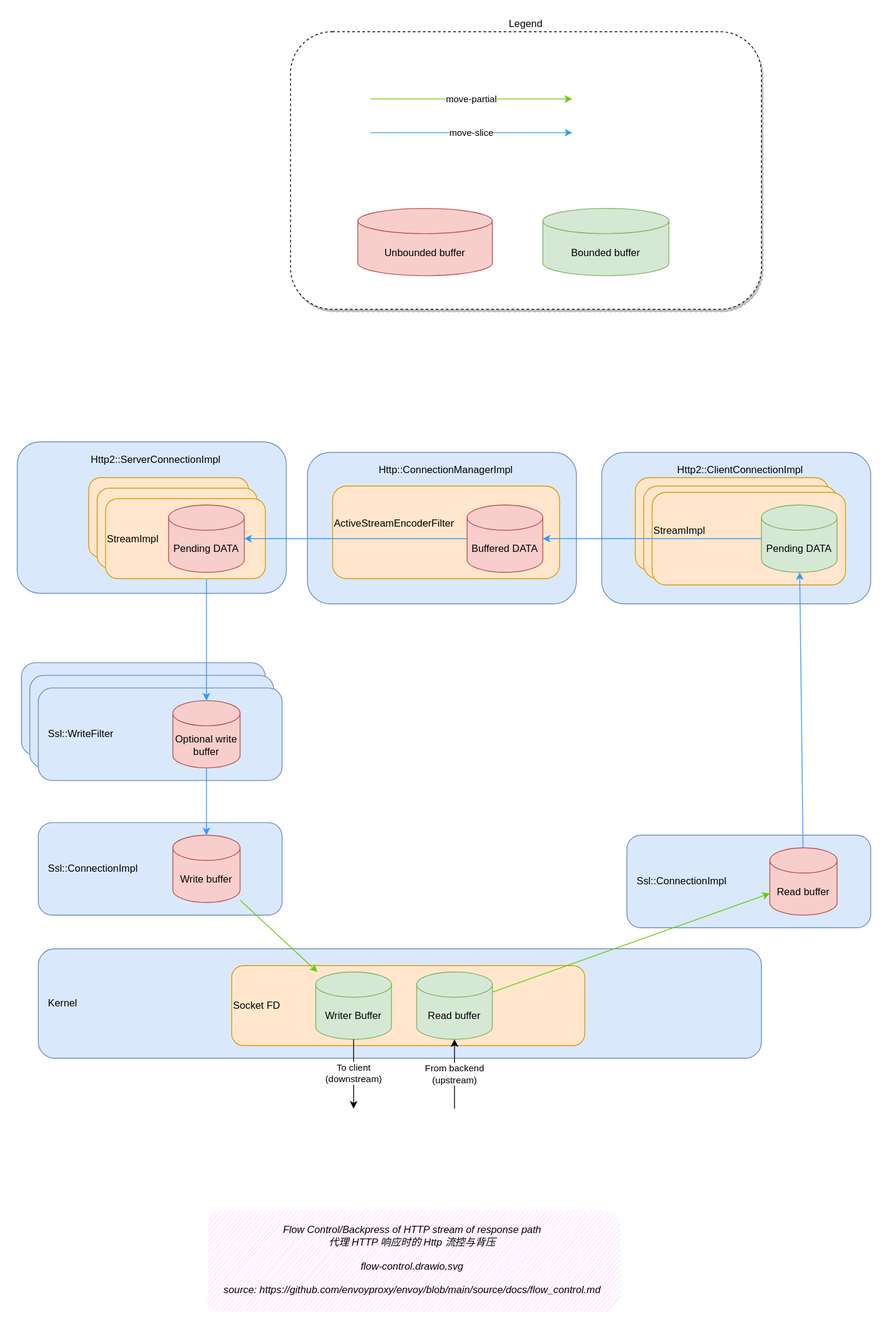
Before: docs/source/ch2-envoy/arch/flow-control/flow-control.drawio.svg, a diagram exported from draw.io (labilezhu/istio-insider). Source tidied: cells renumbered, new cells last; positions are measured from the earlier drawing's top-left corner, leaving out a move shared by most shapes. Source of this version:
```xml
<mxGraphModel background="#FFFFFF">
  <root>
    <mxCell id="0" />
    <mxCell id="1" parent="0" />
    <mxCell id="2" style="rounded=1;whiteSpace=wrap;html=1;align=left;fillColor=#ffe6cc;strokeColor=#d79b00;" parent="1" vertex="1">
      <mxGeometry x="85" y="530" width="190" height="95" as="geometry" />
    </mxCell>
    <mxCell id="3" style="rounded=1;whiteSpace=wrap;html=1;align=left;fillColor=#ffe6cc;strokeColor=#d79b00;" parent="1" vertex="1">
      <mxGeometry x="95" y="540" width="190" height="95" as="geometry" />
    </mxCell>
    <mxCell id="4" value="Ssl::WriteFilter" style="rounded=1;whiteSpace=wrap;html=1;fillColor=#dae8fc;strokeColor=#6c8ebf;align=left;spacingLeft=10;" parent="1" vertex="1">
      <mxGeometry x="5" y="750" width="290" height="110" as="geometry" />
    </mxCell>
    <mxCell id="5" value="Ssl::WriteFilter" style="rounded=1;whiteSpace=wrap;html=1;fillColor=#dae8fc;strokeColor=#6c8ebf;align=left;spacingLeft=10;" parent="1" vertex="1">
      <mxGeometry x="15" y="765" width="290" height="110" as="geometry" />
    </mxCell>
    <object id="6" label="&lt;font style=&quot;&quot;&gt;Flow Control/Backpress of HTTP stream of response path&lt;br&gt;代理 HTTP 响应时的 Http 流控与背压&lt;br&gt;&lt;br&gt;%page%&lt;br&gt;&lt;br&gt;source:&amp;nbsp;&lt;a href=&quot;https://github.com/envoyproxy/envoy/blob/main/source/docs/flow_control.md&quot;&gt;https://github.com/envoyproxy/envoy/blob/main/source/docs/flow_control.md&lt;/a&gt;&lt;br&gt;&lt;/font&gt;" a="b" placeholders="1">
      <mxCell style="text;html=1;strokeColor=none;fillColor=#FFCCFF;align=center;verticalAlign=middle;whiteSpace=wrap;rounded=1;glass=0;sketch=1;shadow=0;fontStyle=2;fontSize=12;" parent="1" vertex="1">
        <mxGeometry x="225" y="1400" width="490" height="120" as="geometry" />
      </mxCell>
    </object>
    <mxCell id="7" value="Legend" style="rounded=1;whiteSpace=wrap;html=1;fontColor=#000000;dashed=1;shadow=1;labelPosition=center;verticalLabelPosition=top;align=center;verticalAlign=bottom;" parent="1" vertex="1">
      <mxGeometry x="325" width="560" height="330" as="geometry" />
    </mxCell>
    <mxCell id="8" value="move-partial" style="endArrow=classic;html=1;strokeColor=#66CC00;fontColor=#000000;jumpStyle=arc;" parent="1" edge="1">
      <mxGeometry relative="1" as="geometry">
        <mxPoint x="420" y="80" as="sourcePoint" />
        <mxPoint x="660" y="80" as="targetPoint" />
      </mxGeometry>
    </mxCell>
    <mxCell id="9" value="move-slice" style="endArrow=classic;html=1;strokeColor=#3399FF;fontColor=#000000;jumpStyle=arc;" parent="1" edge="1">
      <mxGeometry relative="1" as="geometry">
        <mxPoint x="420" y="120" as="sourcePoint" />
        <mxPoint x="660" y="120" as="targetPoint" />
      </mxGeometry>
    </mxCell>
    <mxCell id="10" value="Kernel" style="rounded=1;whiteSpace=wrap;html=1;fillColor=#dae8fc;strokeColor=#6c8ebf;align=left;spacingLeft=10;" parent="1" vertex="1">
      <mxGeometry x="25" y="1090" width="860" height="130" as="geometry" />
    </mxCell>
    <mxCell id="11" value="Ssl::ConnectionImpl" style="rounded=1;whiteSpace=wrap;html=1;fillColor=#dae8fc;strokeColor=#6c8ebf;align=left;spacingLeft=10;" parent="1" vertex="1">
      <mxGeometry x="25" y="940" width="290" height="110" as="geometry" />
    </mxCell>
    <mxCell id="12" value="Write buffer" style="shape=cylinder3;whiteSpace=wrap;html=1;boundedLbl=1;backgroundOutline=1;size=15;fillColor=#f8cecc;strokeColor=#b85450;" parent="1" vertex="1">
      <mxGeometry x="185" y="955" width="80" height="80" as="geometry" />
    </mxCell>
    <mxCell id="13" value="Ssl::ConnectionImpl" style="rounded=1;whiteSpace=wrap;html=1;fillColor=#dae8fc;strokeColor=#6c8ebf;align=left;spacingLeft=10;" parent="1" vertex="1">
      <mxGeometry x="725" y="955" width="290" height="110" as="geometry" />
    </mxCell>
    <mxCell id="14" value="Read buffer" style="shape=cylinder3;whiteSpace=wrap;html=1;boundedLbl=1;backgroundOutline=1;size=15;fillColor=#f8cecc;strokeColor=#b85450;" parent="1" vertex="1">
      <mxGeometry x="895" y="970" width="80" height="80" as="geometry" />
    </mxCell>
    <mxCell id="15" value="Ssl::WriteFilter" style="rounded=1;whiteSpace=wrap;html=1;fillColor=#dae8fc;strokeColor=#6c8ebf;align=left;spacingLeft=10;" parent="1" vertex="1">
      <mxGeometry x="25" y="780" width="290" height="110" as="geometry" />
    </mxCell>
    <mxCell id="16" value="Optional write buffer" style="shape=cylinder3;whiteSpace=wrap;html=1;boundedLbl=1;backgroundOutline=1;size=15;fillColor=#f8cecc;strokeColor=#b85450;" parent="1" vertex="1">
      <mxGeometry x="185" y="795" width="80" height="80" as="geometry" />
    </mxCell>
    <mxCell id="17" value="Http2::ServerConnectionImpl" style="rounded=1;whiteSpace=wrap;html=1;fillColor=#dae8fc;strokeColor=#6c8ebf;align=center;spacingLeft=10;labelPosition=center;verticalLabelPosition=top;verticalAlign=bottom;spacingTop=0;spacingBottom=-30;" parent="1" vertex="1">
      <mxGeometry y="487.5" width="320" height="180" as="geometry" />
    </mxCell>
    <mxCell id="18" style="rounded=1;whiteSpace=wrap;html=1;align=left;fillColor=#ffe6cc;strokeColor=#d79b00;" parent="1" vertex="1">
      <mxGeometry x="435" y="530" width="190" height="95" as="geometry" />
    </mxCell>
    <mxCell id="19" style="rounded=1;whiteSpace=wrap;html=1;align=left;fillColor=#ffe6cc;strokeColor=#d79b00;" parent="1" vertex="1">
      <mxGeometry x="445" y="540" width="190" height="95" as="geometry" />
    </mxCell>
    <mxCell id="20" value="Http::ConnectionManagerImpl" style="rounded=1;whiteSpace=wrap;html=1;fillColor=#dae8fc;strokeColor=#6c8ebf;align=center;spacingLeft=10;labelPosition=center;verticalLabelPosition=top;verticalAlign=bottom;spacingTop=0;spacingBottom=-30;" parent="1" vertex="1">
      <mxGeometry x="345" y="500" width="320" height="180" as="geometry" />
    </mxCell>
    <mxCell id="21" value="ActiveStreamEncoderFilter" style="rounded=1;whiteSpace=wrap;html=1;align=left;fillColor=#ffe6cc;strokeColor=#d79b00;spacingBottom=20;" parent="1" vertex="1">
      <mxGeometry x="375" y="540" width="270" height="110" as="geometry" />
    </mxCell>
    <mxCell id="22" value="Buffered DATA" style="shape=cylinder3;whiteSpace=wrap;html=1;boundedLbl=1;backgroundOutline=1;size=15;fillColor=#f8cecc;strokeColor=#b85450;" parent="1" vertex="1">
      <mxGeometry x="535" y="562.5" width="90" height="80" as="geometry" />
    </mxCell>
    <mxCell id="23" style="rounded=1;whiteSpace=wrap;html=1;align=left;fillColor=#ffe6cc;strokeColor=#d79b00;" parent="1" vertex="1">
      <mxGeometry x="785" y="530" width="190" height="95" as="geometry" />
    </mxCell>
    <mxCell id="24" style="rounded=1;whiteSpace=wrap;html=1;align=left;fillColor=#ffe6cc;strokeColor=#d79b00;" parent="1" vertex="1">
      <mxGeometry x="795" y="540" width="190" height="95" as="geometry" />
    </mxCell>
    <mxCell id="25" value="Http2::ClientConnectionImpl" style="rounded=1;whiteSpace=wrap;html=1;fillColor=#dae8fc;strokeColor=#6c8ebf;align=center;spacingLeft=10;labelPosition=center;verticalLabelPosition=top;verticalAlign=bottom;spacingTop=0;spacingBottom=-30;" parent="1" vertex="1">
      <mxGeometry x="695" y="500" width="320" height="180" as="geometry" />
    </mxCell>
    <mxCell id="26" value="Unbounded buffer" style="shape=cylinder3;whiteSpace=wrap;html=1;boundedLbl=1;backgroundOutline=1;size=15;fillColor=#f8cecc;strokeColor=#b85450;" parent="1" vertex="1">
      <mxGeometry x="405" y="210" width="160" height="80" as="geometry" />
    </mxCell>
    <mxCell id="27" value="Bounded buffer" style="shape=cylinder3;whiteSpace=wrap;html=1;boundedLbl=1;backgroundOutline=1;size=15;fillColor=#d5e8d4;strokeColor=#82b366;" parent="1" vertex="1">
      <mxGeometry x="625" y="210" width="150" height="80" as="geometry" />
    </mxCell>
    <mxCell id="28" value="Socket FD" style="rounded=1;whiteSpace=wrap;html=1;align=left;fillColor=#ffe6cc;strokeColor=#d79b00;" parent="1" vertex="1">
      <mxGeometry x="255" y="1110" width="420" height="95" as="geometry" />
    </mxCell>
    <mxCell id="29" value="Writer Buffer" style="shape=cylinder3;whiteSpace=wrap;html=1;boundedLbl=1;backgroundOutline=1;size=15;fillColor=#d5e8d4;strokeColor=#82b366;" parent="1" vertex="1">
      <mxGeometry x="355" y="1117.5" width="90" height="80" as="geometry" />
    </mxCell>
    <mxCell id="30" value="Read buffer" style="shape=cylinder3;whiteSpace=wrap;html=1;boundedLbl=1;backgroundOutline=1;size=15;fillColor=#d5e8d4;strokeColor=#82b366;" parent="1" vertex="1">
      <mxGeometry x="475" y="1117.5" width="90" height="80" as="geometry" />
    </mxCell>
    <mxCell id="31" value="From backend&lt;br&gt;(upstream)" style="endArrow=classic;html=1;" parent="1" edge="1" target="30">
      <mxGeometry x="-0.01" relative="1" as="geometry">
        <mxPoint x="520" y="1280" as="sourcePoint" />
      </mxGeometry>
    </mxCell>
    <mxCell id="32" value="To client&lt;br&gt;(downstream)" style="endArrow=classic;html=1;" parent="1" edge="1" source="29">
      <mxGeometry x="-0.01" relative="1" as="geometry">
        <mxPoint x="400" y="1280" as="targetPoint" />
      </mxGeometry>
    </mxCell>
    <mxCell id="33" style="endArrow=classic;html=1;strokeColor=#3399FF;fontColor=#000000;" parent="1" edge="1" source="40" target="16">
      <mxGeometry relative="1" as="geometry" />
    </mxCell>
    <mxCell id="34" style="endArrow=classic;html=1;strokeColor=#3399FF;fontColor=#000000;" parent="1" edge="1" source="16" target="12">
      <mxGeometry relative="1" as="geometry" />
    </mxCell>
    <mxCell id="35" style="endArrow=classic;html=1;strokeColor=#66CC00;fontColor=#000000;" parent="1" edge="1" source="12" target="29">
      <mxGeometry relative="1" as="geometry" />
    </mxCell>
    <mxCell id="36" style="endArrow=classic;html=1;strokeColor=#66CC00;fontColor=#000000;" parent="1" edge="1" source="30" target="14">
      <mxGeometry relative="1" as="geometry" />
    </mxCell>
    <mxCell id="37" style="rounded=1;whiteSpace=wrap;html=1;align=left;fillColor=#ffe6cc;strokeColor=#d79b00;" parent="1" vertex="1">
      <mxGeometry x="85" y="530" width="190" height="95" as="geometry" />
    </mxCell>
    <mxCell id="38" style="rounded=1;whiteSpace=wrap;html=1;align=left;fillColor=#ffe6cc;strokeColor=#d79b00;" parent="1" vertex="1">
      <mxGeometry x="95" y="542.5" width="190" height="95" as="geometry" />
    </mxCell>
    <mxCell id="39" value="StreamImpl" style="rounded=1;whiteSpace=wrap;html=1;align=left;fillColor=#ffe6cc;strokeColor=#d79b00;" parent="1" vertex="1">
      <mxGeometry x="105" y="555" width="190" height="95" as="geometry" />
    </mxCell>
    <mxCell id="40" value="Pending DATA" style="shape=cylinder3;whiteSpace=wrap;html=1;boundedLbl=1;backgroundOutline=1;size=15;fillColor=#f8cecc;strokeColor=#b85450;" parent="1" vertex="1">
      <mxGeometry x="180" y="562.5" width="90" height="80" as="geometry" />
    </mxCell>
    <mxCell id="41" style="rounded=1;whiteSpace=wrap;html=1;align=left;fillColor=#ffe6cc;strokeColor=#d79b00;" parent="1" vertex="1">
      <mxGeometry x="735" y="530" width="230" height="110" as="geometry" />
    </mxCell>
    <mxCell id="42" style="rounded=1;whiteSpace=wrap;html=1;align=left;fillColor=#ffe6cc;strokeColor=#d79b00;" parent="1" vertex="1">
      <mxGeometry x="745" y="540" width="230" height="110" as="geometry" />
    </mxCell>
    <mxCell id="43" value="StreamImpl" style="rounded=1;whiteSpace=wrap;html=1;align=left;fillColor=#ffe6cc;strokeColor=#d79b00;spacingBottom=20;" parent="1" vertex="1">
      <mxGeometry x="755" y="547.5" width="230" height="110" as="geometry" />
    </mxCell>
    <mxCell id="44" value="Pending DATA" style="shape=cylinder3;whiteSpace=wrap;html=1;boundedLbl=1;backgroundOutline=1;size=15;fillColor=#d5e8d4;strokeColor=#82b366;" parent="1" vertex="1">
      <mxGeometry x="885" y="562.5" width="90" height="80" as="geometry" />
    </mxCell>
    <mxCell id="45" style="endArrow=classic;html=1;strokeColor=#3399FF;fontColor=#000000;" parent="1" edge="1" source="44" target="22">
      <mxGeometry relative="1" as="geometry" />
    </mxCell>
    <mxCell id="46" style="endArrow=classic;html=1;strokeColor=#3399FF;fontColor=#000000;" parent="1" edge="1" source="14" target="44">
      <mxGeometry relative="1" as="geometry" />
    </mxCell>
    <mxCell id="47" style="endArrow=classic;html=1;strokeColor=#3399FF;fontColor=#000000;" parent="1" edge="1" source="22" target="40">
      <mxGeometry relative="1" as="geometry" />
    </mxCell>
  </root>
</mxGraphModel>
```
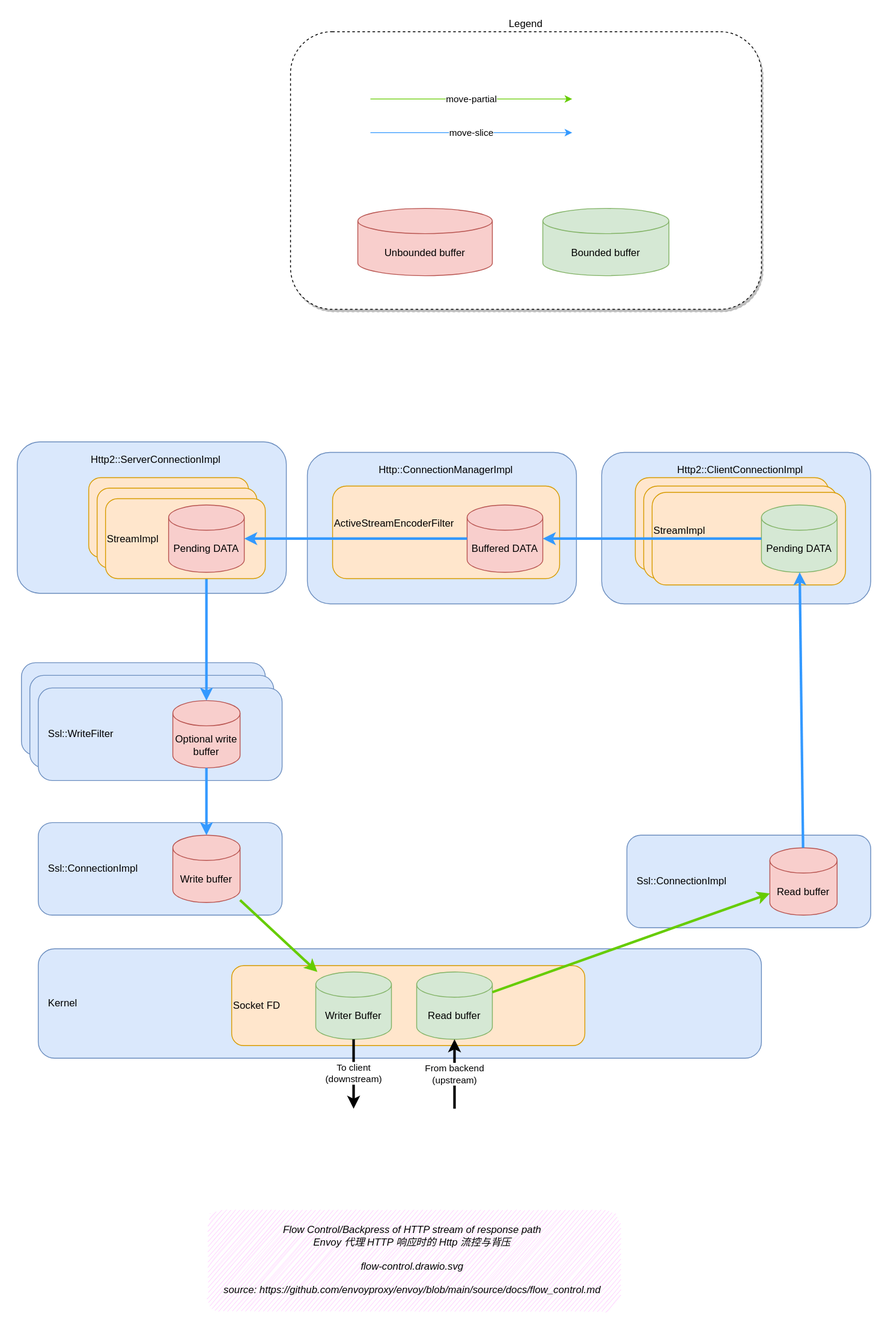
Above is the later version.

The edit, as a diff of the source:
```diff
@@ -14,7 +14,7 @@
     <mxCell id="5" value="Ssl::WriteFilter" style="rounded=1;whiteSpace=wrap;html=1;fillColor=#dae8fc;strokeColor=#6c8ebf;align=left;spacingLeft=10;" parent="1" vertex="1">
       <mxGeometry x="15" y="765" width="290" height="110" as="geometry" />
     </mxCell>
-    <object id="6" label="&lt;font style=&quot;&quot;&gt;Flow Control/Backpress of HTTP stream of response path&lt;br&gt;代理 HTTP 响应时的 Http 流控与背压&lt;br&gt;&lt;br&gt;%page%&lt;br&gt;&lt;br&gt;source:&amp;nbsp;&lt;a href=&quot;https://github.com/envoyproxy/envoy/blob/main/source/docs/flow_control.md&quot;&gt;https://github.com/envoyproxy/envoy/blob/main/source/docs/flow_control.md&lt;/a&gt;&lt;br&gt;&lt;/font&gt;" a="b" placeholders="1">
+    <object id="6" label="&lt;font style=&quot;&quot;&gt;Flow Control/Backpress of HTTP stream of response path&lt;br&gt;Envoy 代理 HTTP 响应时的 Http 流控与背压&lt;br&gt;&lt;br&gt;%page%&lt;br&gt;&lt;br&gt;source:&amp;nbsp;&lt;a href=&quot;https://github.com/envoyproxy/envoy/blob/main/source/docs/flow_control.md&quot;&gt;https://github.com/envoyproxy/envoy/blob/main/source/docs/flow_control.md&lt;/a&gt;&lt;br&gt;&lt;/font&gt;" a="b" placeholders="1">
       <mxCell style="text;html=1;strokeColor=none;fillColor=#FFCCFF;align=center;verticalAlign=middle;whiteSpace=wrap;rounded=1;glass=0;sketch=1;shadow=0;fontStyle=2;fontSize=12;" parent="1" vertex="1">
         <mxGeometry x="225" y="1400" width="490" height="120" as="geometry" />
       </mxCell>
@@ -97,26 +97,26 @@
     <mxCell id="30" value="Read buffer" style="shape=cylinder3;whiteSpace=wrap;html=1;boundedLbl=1;backgroundOutline=1;size=15;fillColor=#d5e8d4;strokeColor=#82b366;" parent="1" vertex="1">
       <mxGeometry x="475" y="1117.5" width="90" height="80" as="geometry" />
     </mxCell>
-    <mxCell id="31" value="From backend&lt;br&gt;(upstream)" style="endArrow=classic;html=1;" parent="1" edge="1" target="30">
+    <mxCell id="31" value="From backend&lt;br&gt;(upstream)" style="endArrow=classic;html=1;strokeWidth=3;" parent="1" edge="1" target="30">
       <mxGeometry x="-0.01" relative="1" as="geometry">
         <mxPoint x="520" y="1280" as="sourcePoint" />
       </mxGeometry>
     </mxCell>
-    <mxCell id="32" value="To client&lt;br&gt;(downstream)" style="endArrow=classic;html=1;" parent="1" edge="1" source="29">
+    <mxCell id="32" value="To client&lt;br&gt;(downstream)" style="endArrow=classic;html=1;strokeWidth=3;" parent="1" edge="1" source="29">
       <mxGeometry x="-0.01" relative="1" as="geometry">
         <mxPoint x="400" y="1280" as="targetPoint" />
       </mxGeometry>
     </mxCell>
-    <mxCell id="33" style="endArrow=classic;html=1;strokeColor=#3399FF;fontColor=#000000;" parent="1" edge="1" source="40" target="16">
+    <mxCell id="33" style="endArrow=classic;html=1;strokeColor=#3399FF;fontColor=#000000;strokeWidth=3;" parent="1" edge="1" source="40" target="16">
       <mxGeometry relative="1" as="geometry" />
     </mxCell>
-    <mxCell id="34" style="endArrow=classic;html=1;strokeColor=#3399FF;fontColor=#000000;" parent="1" edge="1" source="16" target="12">
+    <mxCell id="34" style="endArrow=classic;html=1;strokeColor=#3399FF;fontColor=#000000;strokeWidth=3;" parent="1" edge="1" source="16" target="12">
       <mxGeometry relative="1" as="geometry" />
     </mxCell>
-    <mxCell id="35" style="endArrow=classic;html=1;strokeColor=#66CC00;fontColor=#000000;" parent="1" edge="1" source="12" target="29">
+    <mxCell id="35" style="endArrow=classic;html=1;strokeColor=#66CC00;fontColor=#000000;strokeWidth=3;" parent="1" edge="1" source="12" target="29">
       <mxGeometry relative="1" as="geometry" />
     </mxCell>
-    <mxCell id="36" style="endArrow=classic;html=1;strokeColor=#66CC00;fontColor=#000000;" parent="1" edge="1" source="30" target="14">
+    <mxCell id="36" style="endArrow=classic;html=1;strokeColor=#66CC00;fontColor=#000000;strokeWidth=3;" parent="1" edge="1" source="30" target="14">
       <mxGeometry relative="1" as="geometry" />
     </mxCell>
     <mxCell id="37" style="rounded=1;whiteSpace=wrap;html=1;align=left;fillColor=#ffe6cc;strokeColor=#d79b00;" parent="1" vertex="1">
@@ -143,13 +143,13 @@
     <mxCell id="44" value="Pending DATA" style="shape=cylinder3;whiteSpace=wrap;html=1;boundedLbl=1;backgroundOutline=1;size=15;fillColor=#d5e8d4;strokeColor=#82b366;" parent="1" vertex="1">
       <mxGeometry x="885" y="562.5" width="90" height="80" as="geometry" />
     </mxCell>
-    <mxCell id="45" style="endArrow=classic;html=1;strokeColor=#3399FF;fontColor=#000000;" parent="1" edge="1" source="44" target="22">
+    <mxCell id="45" style="endArrow=classic;html=1;strokeColor=#3399FF;fontColor=#000000;strokeWidth=3;" parent="1" edge="1" source="44" target="22">
       <mxGeometry relative="1" as="geometry" />
     </mxCell>
-    <mxCell id="46" style="endArrow=classic;html=1;strokeColor=#3399FF;fontColor=#000000;" parent="1" edge="1" source="14" target="44">
+    <mxCell id="46" style="endArrow=classic;html=1;strokeColor=#3399FF;fontColor=#000000;strokeWidth=3;" parent="1" edge="1" source="14" target="44">
       <mxGeometry relative="1" as="geometry" />
     </mxCell>
-    <mxCell id="47" style="endArrow=classic;html=1;strokeColor=#3399FF;fontColor=#000000;" parent="1" edge="1" source="22" target="40">
+    <mxCell id="47" style="endArrow=classic;html=1;strokeColor=#3399FF;fontColor=#000000;strokeWidth=3;" parent="1" edge="1" source="22" target="40">
       <mxGeometry relative="1" as="geometry" />
     </mxCell>
   </root>
```
